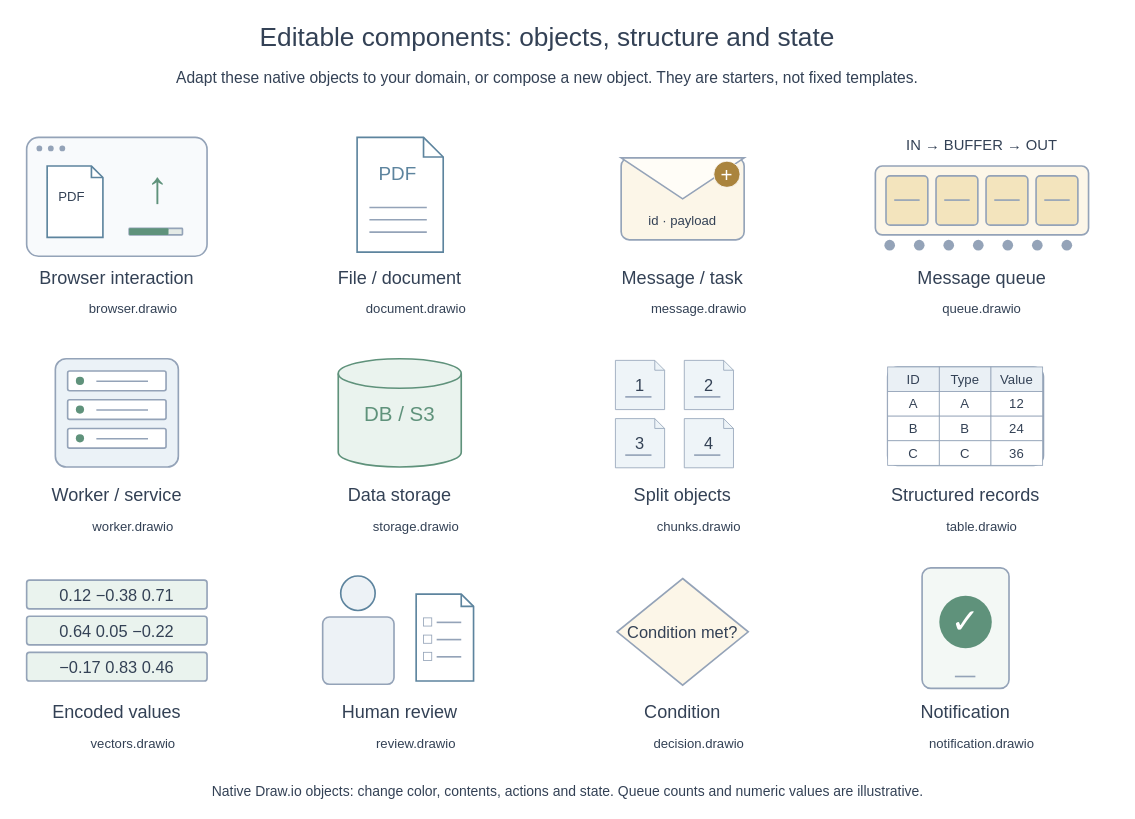
This is examples/components-en.drawio from henry867/drawio-visuals-skill, a draw.io file, before an edit. Source tidied: cells renumbered, new cells numbered last; positions are measured from the earlier drawing's top-left corner, leaving out a move shared by most shapes. Both pictures are drawn from the tidied source at 82%, with x=0, y=0 at pixel (14, 14).
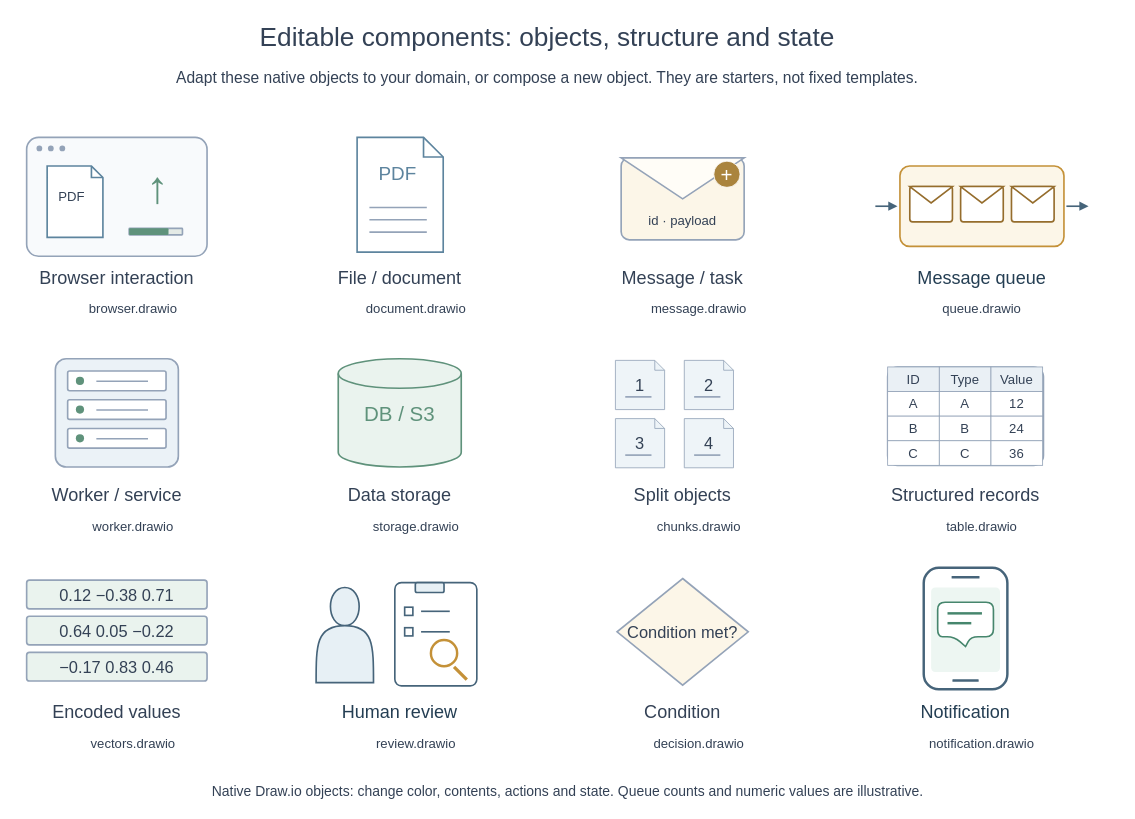
The same page after the edit.

Unchanged cells that the change refers to:
```xml
<mxCell id="118" style="group;" parent="1" vertex="1">
  <mxGeometry x="1050" y="675" width="220" height="200" as="geometry" />
</mxCell>
```

The edit, as a diff of the source:
```diff
@@
-    <mxCell id="31" style="group;" parent="1" vertex="1">
-      <mxGeometry x="1050" y="145" width="260" height="200" as="geometry" />
-    </mxCell>
-    <mxCell id="32" value="IN → BUFFER → OUT" style="html=1;whiteSpace=wrap;fontFamily=Helvetica;fontSize=20;fontColor=#334155;text;fillColor=none;strokeColor=none;align=center;verticalAlign=middle;fontSize=18;fontColor=#334155;" parent="31" vertex="1">
-      <mxGeometry width="260" height="30" as="geometry" />
-    </mxCell>
-    <mxCell id="33" style="html=1;whiteSpace=wrap;fontFamily=Helvetica;fontSize=20;fontColor=#334155;rounded=1;arcSize=10;fillColor=#FCF6E8;strokeColor=#94A3B8;strokeWidth=2;" parent="31" vertex="1">
-      <mxGeometry y="40" width="260" height="84" as="geometry" />
-    </mxCell>
-    <mxCell id="34" style="html=1;whiteSpace=wrap;fontFamily=Helvetica;fontSize=20;fontColor=#334155;rounded=1;arcSize=10;fillColor=#F3E4BD;strokeColor=#94A3B8;strokeWidth=2;" parent="33" vertex="1">
-      <mxGeometry x="13" y="12" width="51" height="60" as="geometry" />
-    </mxCell>
-    <mxCell id="35" style="html=1;whiteSpace=wrap;fontFamily=Helvetica;fontSize=20;fontColor=#334155;shape=line;strokeColor=#94A3B8;strokeWidth=2;" parent="34" vertex="1">
-      <mxGeometry x="10" y="29" width="31" height="1" as="geometry" />
-    </mxCell>
-    <mxCell id="36" style="html=1;whiteSpace=wrap;fontFamily=Helvetica;fontSize=20;fontColor=#334155;rounded=1;arcSize=10;fillColor=#F3E4BD;strokeColor=#94A3B8;strokeWidth=2;" parent="33" vertex="1">
-      <mxGeometry x="74" y="12" width="51" height="60" as="geometry" />
-    </mxCell>
-    <mxCell id="37" style="html=1;whiteSpace=wrap;fontFamily=Helvetica;fontSize=20;fontColor=#334155;shape=line;strokeColor=#94A3B8;strokeWidth=2;" parent="36" vertex="1">
-      <mxGeometry x="10" y="29" width="31" height="1" as="geometry" />
-    </mxCell>
-    <mxCell id="38" style="html=1;whiteSpace=wrap;fontFamily=Helvetica;fontSize=20;fontColor=#334155;rounded=1;arcSize=10;fillColor=#F3E4BD;strokeColor=#94A3B8;strokeWidth=2;" parent="33" vertex="1">
-      <mxGeometry x="135" y="12" width="51" height="60" as="geometry" />
-    </mxCell>
-    <mxCell id="39" style="html=1;whiteSpace=wrap;fontFamily=Helvetica;fontSize=20;fontColor=#334155;shape=line;strokeColor=#94A3B8;strokeWidth=2;" parent="38" vertex="1">
-      <mxGeometry x="10" y="29" width="31" height="1" as="geometry" />
-    </mxCell>
-    <mxCell id="40" style="html=1;whiteSpace=wrap;fontFamily=Helvetica;fontSize=20;fontColor=#334155;rounded=1;arcSize=10;fillColor=#F3E4BD;strokeColor=#94A3B8;strokeWidth=2;" parent="33" vertex="1">
-      <mxGeometry x="196" y="12" width="51" height="60" as="geometry" />
-    </mxCell>
-    <mxCell id="41" style="html=1;whiteSpace=wrap;fontFamily=Helvetica;fontSize=20;fontColor=#334155;shape=line;strokeColor=#94A3B8;strokeWidth=2;" parent="40" vertex="1">
-      <mxGeometry x="10" y="29" width="31" height="1" as="geometry" />
-    </mxCell>
-    <mxCell id="42" style="html=1;whiteSpace=wrap;fontFamily=Helvetica;fontSize=20;fontColor=#334155;ellipse;fillColor=#94A3B8;strokeColor=none;" parent="31" vertex="1">
-      <mxGeometry x="11" y="130" width="13" height="13" as="geometry" />
-    </mxCell>
-    <mxCell id="43" style="html=1;whiteSpace=wrap;fontFamily=Helvetica;fontSize=20;fontColor=#334155;ellipse;fillColor=#94A3B8;strokeColor=none;" parent="31" vertex="1">
-      <mxGeometry x="47" y="130" width="13" height="13" as="geometry" />
-    </mxCell>
-    <mxCell id="44" style="html=1;whiteSpace=wrap;fontFamily=Helvetica;fontSize=20;fontColor=#334155;ellipse;fillColor=#94A3B8;strokeColor=none;" parent="31" vertex="1">
-      <mxGeometry x="83" y="130" width="13" height="13" as="geometry" />
-    </mxCell>
-    <mxCell id="45" style="html=1;whiteSpace=wrap;fontFamily=Helvetica;fontSize=20;fontColor=#334155;ellipse;fillColor=#94A3B8;strokeColor=none;" parent="31" vertex="1">
-      <mxGeometry x="119" y="130" width="13" height="13" as="geometry" />
-    </mxCell>
-    <mxCell id="46" style="html=1;whiteSpace=wrap;fontFamily=Helvetica;fontSize=20;fontColor=#334155;ellipse;fillColor=#94A3B8;strokeColor=none;" parent="31" vertex="1">
-      <mxGeometry x="155" y="130" width="13" height="13" as="geometry" />
-    </mxCell>
-    <mxCell id="47" style="html=1;whiteSpace=wrap;fontFamily=Helvetica;fontSize=20;fontColor=#334155;ellipse;fillColor=#94A3B8;strokeColor=none;" parent="31" vertex="1">
-      <mxGeometry x="191" y="130" width="13" height="13" as="geometry" />
-    </mxCell>
-    <mxCell id="48" style="html=1;whiteSpace=wrap;fontFamily=Helvetica;fontSize=20;fontColor=#334155;ellipse;fillColor=#94A3B8;strokeColor=none;" parent="31" vertex="1">
-      <mxGeometry x="227" y="130" width="13" height="13" as="geometry" />
-    </mxCell>
-    <mxCell id="49" value="Message queue" style="html=1;whiteSpace=wrap;fontFamily=Helvetica;fontSize=20;fontColor=#334155;text;fillColor=none;strokeColor=none;align=center;verticalAlign=middle;fontSize=22;fontColor=#334155;" parent="31" vertex="1">
-      <mxGeometry y="161" width="260" height="32" as="geometry" />
-    </mxCell>
@@
-    <mxCell id="102" style="group;" parent="1" vertex="1">
-      <mxGeometry x="360" y="675" width="220" height="200" as="geometry" />
-    </mxCell>
-    <mxCell id="103" style="html=1;whiteSpace=wrap;fontFamily=Helvetica;fontSize=20;fontColor=#334155;ellipse;fillColor=#EDF2F6;strokeColor=#5D849E;strokeWidth=2;" parent="102" vertex="1">
-      <mxGeometry x="38" y="10" width="42" height="42" as="geometry" />
-    </mxCell>
-    <mxCell id="104" style="html=1;whiteSpace=wrap;fontFamily=Helvetica;fontSize=20;fontColor=#334155;rounded=1;arcSize=10;fillColor=#EDF2F6;strokeColor=#94A3B8;strokeWidth=2;" parent="102" vertex="1">
-      <mxGeometry x="16" y="60" width="87" height="82" as="geometry" />
-    </mxCell>
-    <mxCell id="105" style="html=1;whiteSpace=wrap;fontFamily=Helvetica;fontSize=20;fontColor=#334155;shape=note;size=15;fillColor=#FFFFFF;strokeColor=#5D849E;strokeWidth=2;" parent="102" vertex="1">
-      <mxGeometry x="130" y="32" width="70" height="106" as="geometry" />
-    </mxCell>
-    <mxCell id="106" style="html=1;whiteSpace=wrap;fontFamily=Helvetica;fontSize=20;fontColor=#334155;rounded=0;fillColor=#FFFFFF;strokeColor=#94A3B8;" parent="105" vertex="1">
-      <mxGeometry x="9" y="29" width="10" height="10" as="geometry" />
-    </mxCell>
-    <mxCell id="107" style="html=1;whiteSpace=wrap;fontFamily=Helvetica;fontSize=20;fontColor=#334155;shape=line;strokeColor=#94A3B8;strokeWidth=2;" parent="105" vertex="1">
-      <mxGeometry x="25" y="34" width="30" height="1" as="geometry" />
-    </mxCell>
-    <mxCell id="108" style="html=1;whiteSpace=wrap;fontFamily=Helvetica;fontSize=20;fontColor=#334155;rounded=0;fillColor=#FFFFFF;strokeColor=#94A3B8;" parent="105" vertex="1">
-      <mxGeometry x="9" y="50" width="10" height="10" as="geometry" />
-    </mxCell>
-    <mxCell id="109" style="html=1;whiteSpace=wrap;fontFamily=Helvetica;fontSize=20;fontColor=#334155;shape=line;strokeColor=#94A3B8;strokeWidth=2;" parent="105" vertex="1">
-      <mxGeometry x="25" y="55" width="30" height="1" as="geometry" />
-    </mxCell>
-    <mxCell id="110" style="html=1;whiteSpace=wrap;fontFamily=Helvetica;fontSize=20;fontColor=#334155;rounded=0;fillColor=#FFFFFF;strokeColor=#94A3B8;" parent="105" vertex="1">
-      <mxGeometry x="9" y="71" width="10" height="10" as="geometry" />
-    </mxCell>
-    <mxCell id="111" style="html=1;whiteSpace=wrap;fontFamily=Helvetica;fontSize=20;fontColor=#334155;shape=line;strokeColor=#94A3B8;strokeWidth=2;" parent="105" vertex="1">
-      <mxGeometry x="25" y="76" width="30" height="1" as="geometry" />
-    </mxCell>
-    <mxCell id="112" value="Human review" style="html=1;whiteSpace=wrap;fontFamily=Helvetica;fontSize=20;fontColor=#334155;text;fillColor=none;strokeColor=none;align=center;verticalAlign=middle;fontSize=22;fontColor=#334155;" parent="102" vertex="1">
-      <mxGeometry y="161" width="220" height="32" as="geometry" />
-    </mxCell>
@@
+    <mxCell id="123" value="notification.drawio" style="html=1;whiteSpace=wrap;fontFamily=Helvetica;fontSize=20;fontColor=#334155;text;fillColor=none;strokeColor=none;align=center;verticalAlign=middle;fontSize=16;fontColor=#334155;" parent="1" vertex="1">
+      <mxGeometry x="1050" y="875" width="260" height="28" as="geometry" />
+    </mxCell>
+    <mxCell id="124" value="Native Draw.io objects: change color, contents, actions and state. Queue counts and numeric values are illustrative." style="html=1;whiteSpace=wrap;fontFamily=Helvetica;fontSize=20;fontColor=#334155;text;fillColor=none;strokeColor=none;align=center;verticalAlign=middle;fontSize=17;fontColor=#334155;" parent="1" vertex="1">
+      <mxGeometry y="933" width="1350" height="32" as="geometry" />
+    </mxCell>
+    <mxCell id="102" style="group;" parent="1" vertex="1">
+      <mxGeometry x="360" y="675" width="220" height="200" as="geometry" />
+    </mxCell>
+    <mxCell id="104" style="html=1;whiteSpace=wrap;fontFamily=Helvetica;fontSize=20;fontColor=#243E53;strokeWidth=2;shape=actor;fillColor=#E7F0F5;strokeColor=#46647A;" parent="102" vertex="1">
+      <mxGeometry x="8" y="24" width="70" height="116" as="geometry" />
+    </mxCell>
+    <mxCell id="105" style="html=1;whiteSpace=wrap;fontFamily=Helvetica;fontSize=20;fontColor=#243E53;strokeWidth=2;rounded=1;arcSize=8;fillColor=#FFFFFF;strokeColor=#46647A;" parent="102" vertex="1">
+      <mxGeometry x="104" y="18" width="100" height="126" as="geometry" />
+    </mxCell>
+    <mxCell id="125" style="html=1;whiteSpace=wrap;fontFamily=Helvetica;fontSize=20;fontColor=#243E53;strokeWidth=2;rounded=1;arcSize=18;fillColor=#E7F0F5;strokeColor=#46647A;" parent="105" vertex="1">
+      <mxGeometry x="25" width="35" height="12" as="geometry" />
+    </mxCell>
+    <mxCell id="126" style="html=1;whiteSpace=wrap;fontFamily=Helvetica;fontSize=20;fontColor=#243E53;strokeWidth=2;fillColor=#FFFFFF;strokeColor=#46647A;" parent="105" vertex="1">
+      <mxGeometry x="12" y="30" width="10" height="10" as="geometry" />
+    </mxCell>
+    <mxCell id="127" style="html=1;whiteSpace=wrap;fontFamily=Helvetica;fontSize=20;fontColor=#243E53;strokeWidth=2;fillColor=#46647A;strokeColor=none;" parent="105" vertex="1">
+      <mxGeometry x="32" y="34" width="35" height="2" as="geometry" />
+    </mxCell>
+    <mxCell id="128" style="html=1;whiteSpace=wrap;fontFamily=Helvetica;fontSize=20;fontColor=#243E53;strokeWidth=2;fillColor=#FFFFFF;strokeColor=#46647A;" parent="105" vertex="1">
+      <mxGeometry x="12" y="55" width="10" height="10" as="geometry" />
+    </mxCell>
+    <mxCell id="129" style="html=1;whiteSpace=wrap;fontFamily=Helvetica;fontSize=20;fontColor=#243E53;strokeWidth=2;fillColor=#46647A;strokeColor=none;" parent="105" vertex="1">
+      <mxGeometry x="32" y="59" width="35" height="2" as="geometry" />
+    </mxCell>
+    <mxCell id="130" style="html=1;whiteSpace=wrap;fontFamily=Helvetica;fontSize=20;fontColor=#243E53;strokeWidth=2;ellipse;fillColor=none;strokeColor=#C49138;strokeWidth=3;" parent="105" vertex="1">
+      <mxGeometry x="44" y="70" width="32" height="32" as="geometry" />
+    </mxCell>
+    <mxCell id="131" style="html=1;whiteSpace=wrap;fontFamily=Helvetica;fontSize=20;fontColor=#243E53;strokeWidth=2;shape=line;rotation=45;strokeColor=#C49138;strokeWidth=4;" parent="105" vertex="1">
+      <mxGeometry x="69" y="110" width="22" height="1" as="geometry" />
+    </mxCell>
+    <mxCell id="112" value="Human review" style="html=1;whiteSpace=wrap;fontFamily=Helvetica;fontSize=20;fontColor=#243E53;strokeWidth=2;text;strokeColor=none;fillColor=none;align=center;verticalAlign=middle;fontSize=22;" parent="102" vertex="1">
+      <mxGeometry y="161" width="220" height="32" as="geometry" />
+    </mxCell>
+    <mxCell id="31" style="group;" parent="1" vertex="1">
+      <mxGeometry x="1050" y="145" width="260" height="200" as="geometry" />
+    </mxCell>
+    <mxCell id="132" style="html=1;whiteSpace=wrap;fontFamily=Helvetica;fontSize=20;fontColor=#243E53;strokeWidth=2;rounded=1;arcSize=12;fillColor=#FCF6E8;strokeColor=#C49138;" parent="31" vertex="1">
+      <mxGeometry x="30" y="40" width="200" height="98" as="geometry" />
+    </mxCell>
+    <mxCell id="133" style="html=1;whiteSpace=wrap;fontFamily=Helvetica;fontSize=20;fontColor=#243E53;strokeWidth=2;rounded=1;arcSize=8;fillColor=#FFFFFF;strokeColor=#956D2D;" parent="132" vertex="1">
+      <mxGeometry x="12" y="25" width="52" height="43" as="geometry" />
+    </mxCell>
+    <mxCell id="134" style="html=1;whiteSpace=wrap;fontFamily=Helvetica;fontSize=20;fontColor=#243E53;strokeWidth=2;triangle;direction=south;fillColor=#FFFFFF;strokeColor=#956D2D;" parent="133" vertex="1">
+      <mxGeometry width="52" height="20" as="geometry" />
+    </mxCell>
+    <mxCell id="135" style="html=1;whiteSpace=wrap;fontFamily=Helvetica;fontSize=20;fontColor=#243E53;strokeWidth=2;rounded=1;arcSize=8;fillColor=#FFFFFF;strokeColor=#956D2D;" parent="132" vertex="1">
+      <mxGeometry x="74" y="25" width="52" height="43" as="geometry" />
+    </mxCell>
+    <mxCell id="136" style="html=1;whiteSpace=wrap;fontFamily=Helvetica;fontSize=20;fontColor=#243E53;strokeWidth=2;triangle;direction=south;fillColor=#FFFFFF;strokeColor=#956D2D;" parent="135" vertex="1">
+      <mxGeometry width="52" height="20" as="geometry" />
+    </mxCell>
+    <mxCell id="137" style="html=1;whiteSpace=wrap;fontFamily=Helvetica;fontSize=20;fontColor=#243E53;strokeWidth=2;rounded=1;arcSize=8;fillColor=#FFFFFF;strokeColor=#956D2D;" parent="132" vertex="1">
+      <mxGeometry x="136" y="25" width="52" height="43" as="geometry" />
+    </mxCell>
+    <mxCell id="138" style="html=1;whiteSpace=wrap;fontFamily=Helvetica;fontSize=20;fontColor=#243E53;strokeWidth=2;triangle;direction=south;fillColor=#FFFFFF;strokeColor=#956D2D;" parent="137" vertex="1">
+      <mxGeometry width="52" height="20" as="geometry" />
+    </mxCell>
+    <mxCell id="139" style="endArrow=block;endFill=1;strokeColor=#46647A;strokeWidth=2;rounded=0;" parent="31" edge="1">
+      <mxGeometry relative="1" as="geometry">
+        <mxPoint y="89" as="sourcePoint" />
+        <mxPoint x="27" y="89" as="targetPoint" />
+      </mxGeometry>
+    </mxCell>
+    <mxCell id="140" style="endArrow=block;endFill=1;strokeColor=#46647A;strokeWidth=2;rounded=0;" parent="31" edge="1">
+      <mxGeometry relative="1" as="geometry">
+        <mxPoint x="233" y="89" as="sourcePoint" />
+        <mxPoint x="260" y="89" as="targetPoint" />
+      </mxGeometry>
+    </mxCell>
+    <mxCell id="49" value="Message queue" style="html=1;whiteSpace=wrap;fontFamily=Helvetica;fontSize=20;fontColor=#243E53;strokeWidth=2;text;strokeColor=none;fillColor=none;align=center;verticalAlign=middle;fontSize=22;" parent="31" vertex="1">
+      <mxGeometry y="161" width="260" height="32" as="geometry" />
+    </mxCell>
@@
-    <mxCell id="119" style="html=1;whiteSpace=wrap;fontFamily=Helvetica;fontSize=20;fontColor=#334155;rounded=1;arcSize=10;fillColor=#F3F8F5;strokeColor=#94A3B8;strokeWidth=2;" parent="118" vertex="1">
-      <mxGeometry x="57" width="106" height="147" as="geometry" />
+    <mxCell id="119" style="html=1;whiteSpace=wrap;fontFamily=Helvetica;fontSize=20;fontColor=#243E53;strokeWidth=2;rounded=1;arcSize=18;fillColor=#FFFFFF;strokeColor=#46647A;strokeWidth=3;" parent="118" vertex="1">
+      <mxGeometry x="59" width="102" height="148" as="geometry" />
     </mxCell>
-    <mxCell id="120" value="✓" style="html=1;whiteSpace=wrap;fontFamily=Helvetica;fontSize=20;fontColor=#334155;ellipse;fillColor=#5F927B;strokeColor=none;fontColor=#FFFFFF;fontSize=42;" parent="119" vertex="1">
-      <mxGeometry x="21" y="34" width="64" height="64" as="geometry" />
-    </mxCell>
+    <mxCell id="141" style="html=1;whiteSpace=wrap;fontFamily=Helvetica;fontSize=20;fontColor=#243E53;strokeWidth=2;rounded=1;fillColor=#46647A;strokeColor=none;" parent="119" vertex="1">
+      <mxGeometry x="34" y="10" width="34" height="3" as="geometry" />
+    </mxCell>
+    <mxCell id="142" style="html=1;whiteSpace=wrap;fontFamily=Helvetica;fontSize=20;fontColor=#243E53;strokeWidth=2;rounded=1;arcSize=6;fillColor=#EDF6F2;strokeColor=none;" parent="119" vertex="1">
+      <mxGeometry x="9" y="24" width="84" height="103" as="geometry" />
+    </mxCell>
+    <mxCell id="143" style="html=1;whiteSpace=wrap;fontFamily=Helvetica;fontSize=20;fontColor=#243E53;strokeWidth=2;shape=callout;size=12;position=0.3;position2=0.5;rounded=1;arcSize=18;fillColor=#FFFFFF;strokeColor=#46866D;" parent="142" vertex="1">
+      <mxGeometry x="8" y="18" width="68" height="54" as="geometry" />
+    </mxCell>
+    <mxCell id="144" style="html=1;whiteSpace=wrap;fontFamily=Helvetica;fontSize=20;fontColor=#243E53;strokeWidth=2;fillColor=#46866D;strokeColor=none;" parent="143" vertex="1">
+      <mxGeometry x="12" y="12" width="42" height="3" as="geometry" />
+    </mxCell>
+    <mxCell id="145" style="html=1;whiteSpace=wrap;fontFamily=Helvetica;fontSize=20;fontColor=#243E53;strokeWidth=2;fillColor=#46866D;strokeColor=none;" parent="143" vertex="1">
+      <mxGeometry x="12" y="24" width="29" height="3" as="geometry" />
+    </mxCell>
-    <mxCell id="121" style="html=1;whiteSpace=wrap;fontFamily=Helvetica;fontSize=20;fontColor=#334155;shape=line;strokeColor=#94A3B8;strokeWidth=2;" parent="119" vertex="1">
-      <mxGeometry x="40" y="132" width="25" height="1" as="geometry" />
+    <mxCell id="121" style="html=1;whiteSpace=wrap;fontFamily=Helvetica;fontSize=20;fontColor=#243E53;strokeWidth=2;rounded=1;fillColor=#46647A;strokeColor=none;" parent="119" vertex="1">
+      <mxGeometry x="35" y="136" width="32" height="3" as="geometry" />
     </mxCell>
-    <mxCell id="122" value="Notification" style="html=1;whiteSpace=wrap;fontFamily=Helvetica;fontSize=20;fontColor=#334155;text;fillColor=none;strokeColor=none;align=center;verticalAlign=middle;fontSize=22;fontColor=#334155;" parent="118" vertex="1">
+    <mxCell id="122" value="Notification" style="html=1;whiteSpace=wrap;fontFamily=Helvetica;fontSize=20;fontColor=#243E53;strokeWidth=2;text;strokeColor=none;fillColor=none;align=center;verticalAlign=middle;fontSize=22;" parent="118" vertex="1">
       <mxGeometry y="161" width="220" height="32" as="geometry" />
     </mxCell>
-    <mxCell id="123" value="notification.drawio" style="html=1;whiteSpace=wrap;fontFamily=Helvetica;fontSize=20;fontColor=#334155;text;fillColor=none;strokeColor=none;align=center;verticalAlign=middle;fontSize=16;fontColor=#334155;" parent="1" vertex="1">
-      <mxGeometry x="1050" y="875" width="260" height="28" as="geometry" />
-    </mxCell>
-    <mxCell id="124" value="Native Draw.io objects: change color, contents, actions and state. Queue counts and numeric values are illustrative." style="html=1;whiteSpace=wrap;fontFamily=Helvetica;fontSize=20;fontColor=#334155;text;fillColor=none;strokeColor=none;align=center;verticalAlign=middle;fontSize=17;fontColor=#334155;" parent="1" vertex="1">
-      <mxGeometry y="933" width="1350" height="32" as="geometry" />
-    </mxCell>
```
